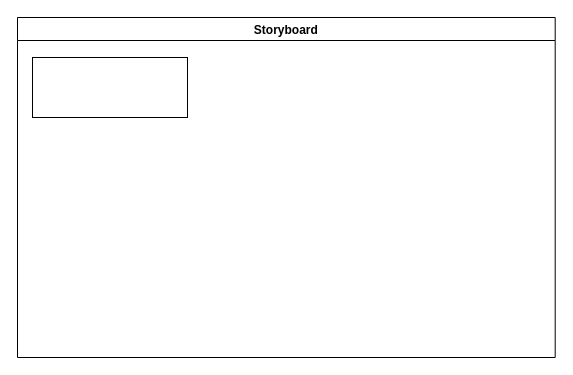
Earlier version of the draw.io diagram design/storyboard.drawio (MTHS-ICD2O-1-2024/ICD2O-Assignment-06-Trisha-Ray). Source tidied: cells renumbered, new cells numbered last; positions are measured from the earlier drawing's top-left corner, leaving out a move shared by most shapes. Both pictures are drawn from the tidied source at 100%, with x=0, y=0 at pixel (17, 17).
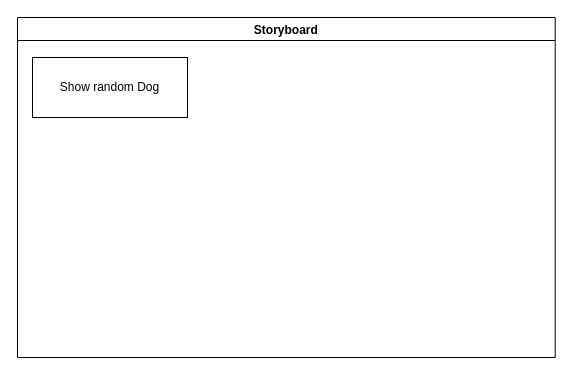
The same page after the edit.

The edit, as a diff of the source:
```diff
@@
 <mxGraphModel>
   <root>
     <mxCell id="0" />
     <mxCell id="1" parent="0" />
     <mxCell id="2" value="Storyboard" style="swimlane;" parent="1" vertex="1">
       <mxGeometry width="537.7" height="340" as="geometry" />
     </mxCell>
-    <mxCell id="3" style="whiteSpace=wrap;html=1;" parent="2" vertex="1">
+    <mxCell id="3" value="Show random Dog" style="whiteSpace=wrap;html=1;" parent="2" vertex="1">
       <mxGeometry x="15" y="40" width="155" height="60" as="geometry" />
     </mxCell>
   </root>
 </mxGraphModel>
```
